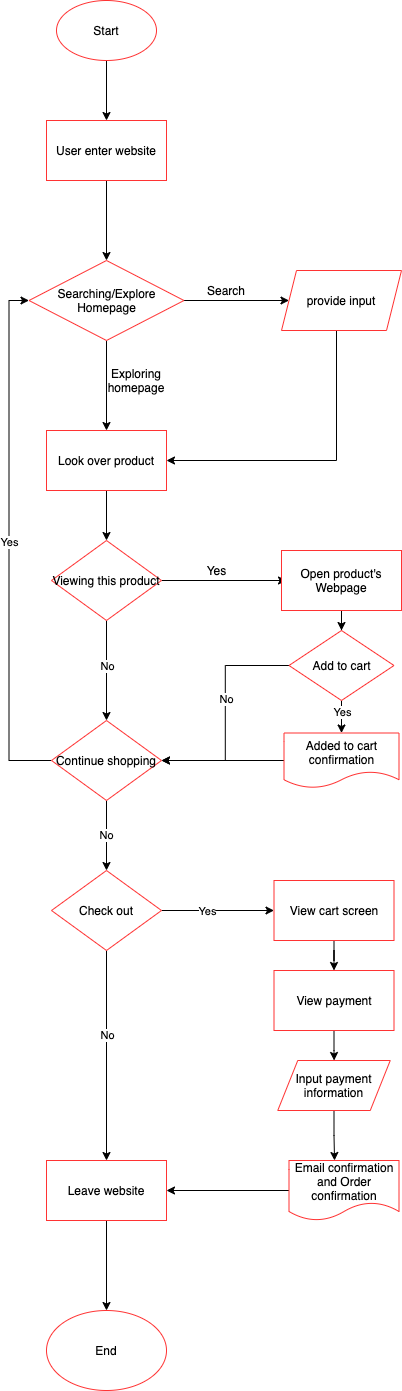
Earlier version of the draw.io export part2/part2.drawio.png (EdwardYuyangTian/sp21-cse110-lab4). Source tidied: cells renumbered, new cells last; positions are measured from the earlier drawing's top-left corner, leaving out a move shared by most shapes.
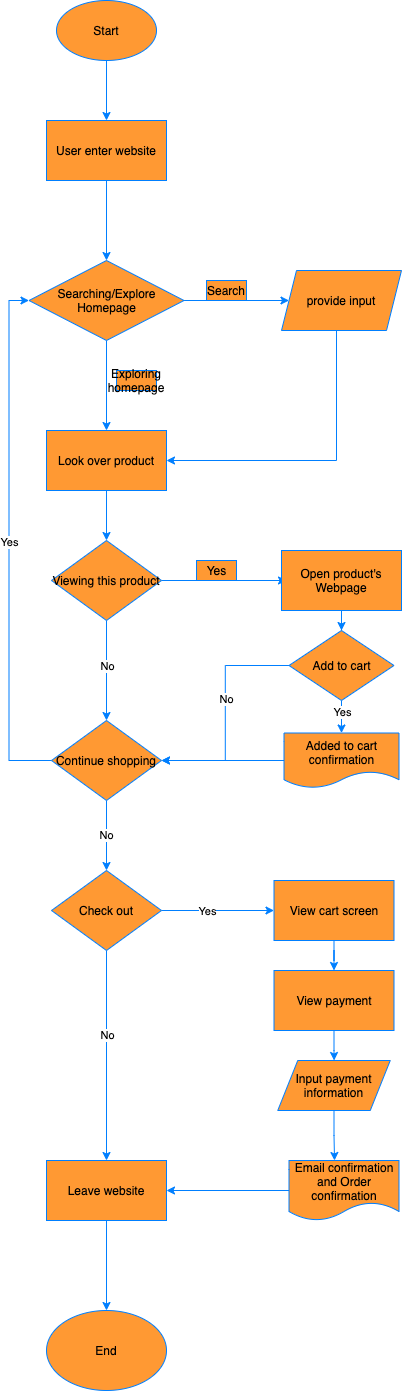
The same diagram one commit later.

Commit message:
updated part2 chart

Change to the diagram source:
```diff
@@ -2,154 +2,154 @@
   <root>
     <mxCell id="0" />
     <mxCell id="1" parent="0" />
-    <mxCell id="2" style="edgeStyle=orthogonalEdgeStyle;rounded=0;jettySize=auto;html=1;" parent="1" edge="1" source="3">
+    <mxCell id="2" style="edgeStyle=orthogonalEdgeStyle;rounded=0;jettySize=auto;html=1;fillColor=#FF9933;strokeColor=#007FFF;" parent="1" edge="1" source="3">
       <mxGeometry relative="1" as="geometry">
         <mxPoint x="78" y="120" as="targetPoint" />
       </mxGeometry>
     </mxCell>
-    <mxCell id="3" value="Start" style="ellipse;whiteSpace=wrap;html=1;strokeColor=#FF3333;" parent="1" vertex="1">
+    <mxCell id="3" value="Start" style="ellipse;whiteSpace=wrap;html=1;strokeColor=#007FFF;fillColor=#FF9933;" parent="1" vertex="1">
       <mxGeometry x="28" width="100" height="60" as="geometry" />
     </mxCell>
-    <mxCell id="4" style="edgeStyle=orthogonalEdgeStyle;rounded=0;jettySize=auto;html=1;" parent="1" edge="1" source="5" target="8">
+    <mxCell id="4" style="edgeStyle=orthogonalEdgeStyle;rounded=0;jettySize=auto;html=1;fillColor=#FF9933;strokeColor=#007FFF;" parent="1" edge="1" source="5" target="8">
       <mxGeometry relative="1" as="geometry" />
     </mxCell>
-    <mxCell id="5" value="User enter website" style="rounded=0;whiteSpace=wrap;html=1;strokeColor=#FF3333;" parent="1" vertex="1">
+    <mxCell id="5" value="User enter website" style="rounded=0;whiteSpace=wrap;html=1;strokeColor=#007FFF;fillColor=#FF9933;" parent="1" vertex="1">
       <mxGeometry x="18" y="120" width="120" height="60" as="geometry" />
     </mxCell>
-    <mxCell id="6" style="edgeStyle=orthogonalEdgeStyle;rounded=0;jettySize=auto;html=1;" parent="1" edge="1" source="8" target="10">
+    <mxCell id="6" style="edgeStyle=orthogonalEdgeStyle;rounded=0;jettySize=auto;html=1;fillColor=#FF9933;strokeColor=#007FFF;" parent="1" edge="1" source="8" target="10">
       <mxGeometry relative="1" as="geometry" />
     </mxCell>
-    <mxCell id="7" style="edgeStyle=orthogonalEdgeStyle;rounded=0;jettySize=auto;html=1;" parent="1" edge="1" source="8" target="13">
+    <mxCell id="7" style="edgeStyle=orthogonalEdgeStyle;rounded=0;jettySize=auto;html=1;fillColor=#FF9933;strokeColor=#007FFF;" parent="1" edge="1" source="8" target="13">
       <mxGeometry relative="1" as="geometry" />
     </mxCell>
-    <mxCell id="8" value="Searching/Explore Homepage" style="rhombus;whiteSpace=wrap;html=1;rounded=0;strokeColor=#FF3333;" parent="1" vertex="1">
+    <mxCell id="8" value="Searching/Explore Homepage" style="rhombus;whiteSpace=wrap;html=1;rounded=0;strokeColor=#007FFF;fillColor=#FF9933;" parent="1" vertex="1">
       <mxGeometry x="0.5" y="260" width="155" height="80" as="geometry" />
     </mxCell>
-    <mxCell id="9" style="edgeStyle=orthogonalEdgeStyle;rounded=0;jettySize=auto;html=1;entryX=1;entryY=0.5;entryDx=0;entryDy=0;" parent="1" edge="1" source="10" target="13">
+    <mxCell id="9" style="edgeStyle=orthogonalEdgeStyle;rounded=0;jettySize=auto;html=1;entryX=1;entryY=0.5;entryDx=0;entryDy=0;fillColor=#FF9933;strokeColor=#007FFF;" parent="1" edge="1" source="10" target="13">
       <mxGeometry relative="1" as="geometry">
         <Array as="points">
           <mxPoint x="308" y="460" />
         </Array>
       </mxGeometry>
     </mxCell>
-    <mxCell id="10" value="provide input" style="shape=parallelogram;perimeter=parallelogramPerimeter;whiteSpace=wrap;html=1;fixedSize=1;rounded=0;strokeColor=#FF3333;size=15;" parent="1" vertex="1">
+    <mxCell id="10" value="provide input" style="shape=parallelogram;perimeter=parallelogramPerimeter;whiteSpace=wrap;html=1;fixedSize=1;rounded=0;strokeColor=#007FFF;size=15;fillColor=#FF9933;" parent="1" vertex="1">
       <mxGeometry x="253" y="270" width="120" height="60" as="geometry" />
     </mxCell>
-    <mxCell id="11" value="Search" style="text;html=1;strokeColor=none;fillColor=none;align=center;verticalAlign=middle;whiteSpace=wrap;rounded=0;" parent="1" vertex="1">
+    <mxCell id="11" value="Search" style="text;html=1;strokeColor=#007FFF;fillColor=#FF9933;align=center;verticalAlign=middle;whiteSpace=wrap;rounded=0;" parent="1" vertex="1">
       <mxGeometry x="178" y="280" width="40" height="20" as="geometry" />
     </mxCell>
-    <mxCell id="12" style="edgeStyle=orthogonalEdgeStyle;rounded=0;jettySize=auto;html=1;" parent="1" edge="1" source="13" target="18">
+    <mxCell id="12" style="edgeStyle=orthogonalEdgeStyle;rounded=0;jettySize=auto;html=1;fillColor=#FF9933;strokeColor=#007FFF;" parent="1" edge="1" source="13" target="18">
       <mxGeometry relative="1" as="geometry" />
     </mxCell>
-    <mxCell id="13" value="Look over product" style="whiteSpace=wrap;html=1;rounded=0;strokeColor=#FF3333;" parent="1" vertex="1">
+    <mxCell id="13" value="Look over product" style="whiteSpace=wrap;html=1;rounded=0;strokeColor=#007FFF;fillColor=#FF9933;" parent="1" vertex="1">
       <mxGeometry x="18" y="430" width="120" height="60" as="geometry" />
     </mxCell>
-    <mxCell id="14" value="Exploring homepage" style="text;html=1;strokeColor=none;fillColor=none;align=center;verticalAlign=middle;whiteSpace=wrap;rounded=0;" parent="1" vertex="1">
+    <mxCell id="14" value="Exploring homepage" style="text;html=1;strokeColor=#007FFF;fillColor=#FF9933;align=center;verticalAlign=middle;whiteSpace=wrap;rounded=0;" parent="1" vertex="1">
       <mxGeometry x="88" y="370" width="40" height="20" as="geometry" />
     </mxCell>
-    <mxCell id="15" style="edgeStyle=orthogonalEdgeStyle;rounded=0;jettySize=auto;html=1;" parent="1" edge="1" source="18" target="22">
+    <mxCell id="15" style="edgeStyle=orthogonalEdgeStyle;rounded=0;jettySize=auto;html=1;fillColor=#FF9933;strokeColor=#007FFF;" parent="1" edge="1" source="18" target="22">
       <mxGeometry relative="1" as="geometry" />
     </mxCell>
-    <mxCell id="16" value="No" style="edgeLabel;html=1;align=center;verticalAlign=middle;" parent="15" vertex="1">
+    <mxCell id="16" value="No" style="edgeLabel;html=1;align=center;verticalAlign=middle;fillColor=#FF9933;strokeColor=#007FFF;" parent="15" vertex="1">
       <mxGeometry x="-0.1" relative="1" as="geometry" />
     </mxCell>
-    <mxCell id="17" style="edgeStyle=orthogonalEdgeStyle;rounded=0;jettySize=auto;html=1;exitX=1;exitY=0.5;exitDx=0;exitDy=0;" parent="1" edge="1" source="18">
+    <mxCell id="17" style="edgeStyle=orthogonalEdgeStyle;rounded=0;jettySize=auto;html=1;exitX=1;exitY=0.5;exitDx=0;exitDy=0;fillColor=#FF9933;strokeColor=#007FFF;" parent="1" edge="1" source="18">
       <mxGeometry relative="1" as="geometry">
         <mxPoint x="258" y="580" as="targetPoint" />
       </mxGeometry>
     </mxCell>
-    <mxCell id="18" value="Viewing this product" style="rhombus;whiteSpace=wrap;html=1;rounded=0;strokeColor=#FF3333;" parent="1" vertex="1">
+    <mxCell id="18" value="Viewing this product" style="rhombus;whiteSpace=wrap;html=1;rounded=0;strokeColor=#007FFF;fillColor=#FF9933;" parent="1" vertex="1">
       <mxGeometry x="23" y="540" width="110" height="80" as="geometry" />
     </mxCell>
-    <mxCell id="19" value="Yes" style="text;html=1;align=center;verticalAlign=middle;" parent="1" vertex="1">
+    <mxCell id="19" value="Yes" style="text;html=1;align=center;verticalAlign=middle;fillColor=#FF9933;strokeColor=#007FFF;" parent="1" vertex="1">
       <mxGeometry x="168" y="560" width="40" height="20" as="geometry" />
     </mxCell>
-    <mxCell id="20" value="Yes" style="edgeStyle=orthogonalEdgeStyle;rounded=0;jettySize=auto;html=1;exitX=0;exitY=0.5;exitDx=0;exitDy=0;entryX=0;entryY=0.5;entryDx=0;entryDy=0;" parent="1" edge="1" source="22" target="8">
+    <mxCell id="20" value="Yes" style="edgeStyle=orthogonalEdgeStyle;rounded=0;jettySize=auto;html=1;exitX=0;exitY=0.5;exitDx=0;exitDy=0;entryX=0;entryY=0.5;entryDx=0;entryDy=0;fillColor=#FF9933;strokeColor=#007FFF;" parent="1" edge="1" source="22" target="8">
       <mxGeometry relative="1" as="geometry" />
     </mxCell>
-    <mxCell id="21" value="No" style="edgeStyle=orthogonalEdgeStyle;rounded=0;jettySize=auto;html=1;" parent="1" edge="1" source="22" target="36">
+    <mxCell id="21" value="No" style="edgeStyle=orthogonalEdgeStyle;rounded=0;jettySize=auto;html=1;fillColor=#FF9933;strokeColor=#007FFF;" parent="1" edge="1" source="22" target="36">
       <mxGeometry relative="1" as="geometry" />
     </mxCell>
-    <mxCell id="22" value="Continue shopping" style="rhombus;whiteSpace=wrap;html=1;rounded=0;strokeColor=#FF3333;" parent="1" vertex="1">
+    <mxCell id="22" value="Continue shopping" style="rhombus;whiteSpace=wrap;html=1;rounded=0;strokeColor=#007FFF;fillColor=#FF9933;" parent="1" vertex="1">
       <mxGeometry x="23" y="720" width="110" height="80" as="geometry" />
     </mxCell>
-    <mxCell id="23" style="edgeStyle=orthogonalEdgeStyle;rounded=0;jettySize=auto;html=1;" parent="1" edge="1" source="24">
+    <mxCell id="23" style="edgeStyle=orthogonalEdgeStyle;rounded=0;jettySize=auto;html=1;fillColor=#FF9933;strokeColor=#007FFF;" parent="1" edge="1" source="24">
       <mxGeometry relative="1" as="geometry">
         <mxPoint x="313" y="630" as="targetPoint" />
       </mxGeometry>
     </mxCell>
-    <mxCell id="24" value="Open product's Webpage" style="rounded=0;whiteSpace=wrap;html=1;strokeColor=#FF3333;" parent="1" vertex="1">
+    <mxCell id="24" value="Open product's Webpage" style="rounded=0;whiteSpace=wrap;html=1;strokeColor=#007FFF;fillColor=#FF9933;" parent="1" vertex="1">
       <mxGeometry x="253" y="550" width="120" height="60" as="geometry" />
     </mxCell>
-    <mxCell id="25" style="edgeStyle=orthogonalEdgeStyle;rounded=0;jettySize=auto;html=1;exitX=0;exitY=0.5;exitDx=0;exitDy=0;entryX=1;entryY=0.5;entryDx=0;entryDy=0;" parent="1" edge="1" source="29" target="22">
+    <mxCell id="25" style="edgeStyle=orthogonalEdgeStyle;rounded=0;jettySize=auto;html=1;exitX=0;exitY=0.5;exitDx=0;exitDy=0;entryX=1;entryY=0.5;entryDx=0;entryDy=0;fillColor=#FF9933;strokeColor=#007FFF;" parent="1" edge="1" source="29" target="22">
       <mxGeometry relative="1" as="geometry" />
     </mxCell>
-    <mxCell id="26" value="No" style="edgeLabel;html=1;align=center;verticalAlign=middle;" parent="25" vertex="1">
+    <mxCell id="26" value="No" style="edgeLabel;html=1;align=center;verticalAlign=middle;fillColor=#FF9933;strokeColor=#007FFF;" parent="25" vertex="1">
       <mxGeometry x="-0.13" y="1" relative="1" as="geometry" />
     </mxCell>
-    <mxCell id="27" style="edgeStyle=orthogonalEdgeStyle;rounded=0;jettySize=auto;html=1;" parent="1" edge="1" source="29" target="31">
+    <mxCell id="27" style="edgeStyle=orthogonalEdgeStyle;rounded=0;jettySize=auto;html=1;fillColor=#FF9933;strokeColor=#007FFF;" parent="1" edge="1" source="29" target="31">
       <mxGeometry relative="1" as="geometry" />
     </mxCell>
-    <mxCell id="28" value="Yes" style="edgeLabel;html=1;align=center;verticalAlign=middle;" parent="27" vertex="1">
+    <mxCell id="28" value="Yes" style="edgeLabel;html=1;align=center;verticalAlign=middle;fillColor=#FF9933;strokeColor=#007FFF;" parent="27" vertex="1">
       <mxGeometry x="-0.52" relative="1" as="geometry" />
     </mxCell>
-    <mxCell id="29" value="Add to cart" style="rhombus;whiteSpace=wrap;html=1;rounded=0;strokeColor=#FF3333;" parent="1" vertex="1">
+    <mxCell id="29" value="Add to cart" style="rhombus;whiteSpace=wrap;html=1;rounded=0;strokeColor=#007FFF;fillColor=#FF9933;" parent="1" vertex="1">
       <mxGeometry x="260.5" y="630" width="105" height="70" as="geometry" />
     </mxCell>
-    <mxCell id="30" style="edgeStyle=orthogonalEdgeStyle;rounded=0;jettySize=auto;html=1;entryX=1;entryY=0.5;entryDx=0;entryDy=0;" parent="1" edge="1" source="31" target="22">
+    <mxCell id="30" style="edgeStyle=orthogonalEdgeStyle;rounded=0;jettySize=auto;html=1;entryX=1;entryY=0.5;entryDx=0;entryDy=0;fillColor=#FF9933;strokeColor=#007FFF;" parent="1" edge="1" source="31" target="22">
       <mxGeometry relative="1" as="geometry" />
     </mxCell>
-    <mxCell id="31" value="Added to cart confirmation" style="shape=document;whiteSpace=wrap;html=1;boundedLbl=1;rounded=0;strokeColor=#FF3333;" parent="1" vertex="1">
+    <mxCell id="31" value="Added to cart confirmation" style="shape=document;whiteSpace=wrap;html=1;boundedLbl=1;rounded=0;strokeColor=#007FFF;fillColor=#FF9933;" parent="1" vertex="1">
       <mxGeometry x="255.5" y="732.5" width="115" height="55" as="geometry" />
     </mxCell>
-    <mxCell id="32" style="edgeStyle=orthogonalEdgeStyle;rounded=0;jettySize=auto;html=1;" parent="1" edge="1" source="36" target="38">
+    <mxCell id="32" style="edgeStyle=orthogonalEdgeStyle;rounded=0;jettySize=auto;html=1;fillColor=#FF9933;strokeColor=#007FFF;" parent="1" edge="1" source="36" target="38">
       <mxGeometry relative="1" as="geometry" />
     </mxCell>
-    <mxCell id="33" value="No" style="edgeLabel;html=1;align=center;verticalAlign=middle;" parent="32" vertex="1">
+    <mxCell id="33" value="No" style="edgeLabel;html=1;align=center;verticalAlign=middle;fillColor=#FF9933;strokeColor=#007FFF;" parent="32" vertex="1">
       <mxGeometry x="-0.2" relative="1" as="geometry" />
     </mxCell>
-    <mxCell id="34" style="edgeStyle=orthogonalEdgeStyle;rounded=0;jettySize=auto;html=1;" parent="1" edge="1" source="36" target="40">
+    <mxCell id="34" style="edgeStyle=orthogonalEdgeStyle;rounded=0;jettySize=auto;html=1;fillColor=#FF9933;strokeColor=#007FFF;" parent="1" edge="1" source="36" target="40">
       <mxGeometry relative="1" as="geometry" />
     </mxCell>
-    <mxCell id="35" value="Yes" style="edgeLabel;html=1;align=center;verticalAlign=middle;" parent="34" vertex="1">
+    <mxCell id="35" value="Yes" style="edgeLabel;html=1;align=center;verticalAlign=middle;fillColor=#FF9933;strokeColor=#007FFF;" parent="34" vertex="1">
       <mxGeometry x="-0.13" y="-1" relative="1" as="geometry">
         <mxPoint x="-4" y="-1" as="offset" />
       </mxGeometry>
     </mxCell>
-    <mxCell id="36" value="Check out" style="rhombus;whiteSpace=wrap;html=1;rounded=0;strokeColor=#FF3333;" parent="1" vertex="1">
+    <mxCell id="36" value="Check out" style="rhombus;whiteSpace=wrap;html=1;rounded=0;strokeColor=#007FFF;fillColor=#FF9933;" parent="1" vertex="1">
       <mxGeometry x="23" y="870" width="110" height="80" as="geometry" />
     </mxCell>
-    <mxCell id="37" style="edgeStyle=orthogonalEdgeStyle;rounded=0;jettySize=auto;html=1;" parent="1" edge="1" source="38" target="47">
+    <mxCell id="37" style="edgeStyle=orthogonalEdgeStyle;rounded=0;jettySize=auto;html=1;fillColor=#FF9933;strokeColor=#007FFF;" parent="1" edge="1" source="38" target="47">
       <mxGeometry relative="1" as="geometry" />
     </mxCell>
-    <mxCell id="38" value="Leave website" style="whiteSpace=wrap;html=1;rounded=0;strokeColor=#FF3333;" parent="1" vertex="1">
+    <mxCell id="38" value="Leave website" style="whiteSpace=wrap;html=1;rounded=0;strokeColor=#007FFF;fillColor=#FF9933;" parent="1" vertex="1">
       <mxGeometry x="18" y="1160" width="120" height="60" as="geometry" />
     </mxCell>
-    <mxCell id="39" style="edgeStyle=orthogonalEdgeStyle;rounded=0;jettySize=auto;html=1;" parent="1" edge="1" source="40" target="42">
+    <mxCell id="39" style="edgeStyle=orthogonalEdgeStyle;rounded=0;jettySize=auto;html=1;fillColor=#FF9933;strokeColor=#007FFF;" parent="1" edge="1" source="40" target="42">
       <mxGeometry relative="1" as="geometry" />
     </mxCell>
-    <mxCell id="40" value="View cart screen" style="whiteSpace=wrap;html=1;rounded=0;strokeColor=#FF3333;" parent="1" vertex="1">
+    <mxCell id="40" value="View cart screen" style="whiteSpace=wrap;html=1;rounded=0;strokeColor=#007FFF;fillColor=#FF9933;" parent="1" vertex="1">
       <mxGeometry x="245.5" y="880" width="120" height="60" as="geometry" />
     </mxCell>
-    <mxCell id="41" style="edgeStyle=orthogonalEdgeStyle;rounded=0;jettySize=auto;html=1;" parent="1" edge="1" source="42" target="44">
+    <mxCell id="41" style="edgeStyle=orthogonalEdgeStyle;rounded=0;jettySize=auto;html=1;fillColor=#FF9933;strokeColor=#007FFF;" parent="1" edge="1" source="42" target="44">
       <mxGeometry relative="1" as="geometry" />
     </mxCell>
-    <mxCell id="42" value="View payment" style="whiteSpace=wrap;html=1;rounded=0;strokeColor=#FF3333;" parent="1" vertex="1">
+    <mxCell id="42" value="View payment" style="whiteSpace=wrap;html=1;rounded=0;strokeColor=#007FFF;fillColor=#FF9933;" parent="1" vertex="1">
       <mxGeometry x="245.5" y="970" width="120" height="60" as="geometry" />
     </mxCell>
-    <mxCell id="43" style="edgeStyle=orthogonalEdgeStyle;rounded=0;jettySize=auto;html=1;exitX=0.5;exitY=1;exitDx=0;exitDy=0;entryX=0.414;entryY=0;entryDx=0;entryDy=0;entryPerimeter=0;" parent="1" edge="1" source="44" target="46">
+    <mxCell id="43" style="edgeStyle=orthogonalEdgeStyle;rounded=0;jettySize=auto;html=1;exitX=0.5;exitY=1;exitDx=0;exitDy=0;entryX=0.414;entryY=0;entryDx=0;entryDy=0;entryPerimeter=0;fillColor=#FF9933;strokeColor=#007FFF;" parent="1" edge="1" source="44" target="46">
       <mxGeometry relative="1" as="geometry" />
     </mxCell>
-    <mxCell id="44" value="Input payment information" style="shape=parallelogram;perimeter=parallelogramPerimeter;whiteSpace=wrap;html=1;fixedSize=1;rounded=0;strokeColor=#FF3333;" parent="1" vertex="1">
+    <mxCell id="44" value="Input payment information" style="shape=parallelogram;perimeter=parallelogramPerimeter;whiteSpace=wrap;html=1;fixedSize=1;rounded=0;strokeColor=#007FFF;fillColor=#FF9933;" parent="1" vertex="1">
       <mxGeometry x="249.2" y="1060" width="112.5" height="50" as="geometry" />
     </mxCell>
-    <mxCell id="45" style="edgeStyle=orthogonalEdgeStyle;rounded=0;jettySize=auto;html=1;entryX=1;entryY=0.5;entryDx=0;entryDy=0;" parent="1" edge="1" source="46" target="38">
+    <mxCell id="45" style="edgeStyle=orthogonalEdgeStyle;rounded=0;jettySize=auto;html=1;entryX=1;entryY=0.5;entryDx=0;entryDy=0;fillColor=#FF9933;strokeColor=#007FFF;" parent="1" edge="1" source="46" target="38">
       <mxGeometry relative="1" as="geometry" />
     </mxCell>
-    <mxCell id="46" value="Email confirmation and Order confirmation" style="shape=document;whiteSpace=wrap;html=1;boundedLbl=1;rounded=0;strokeColor=#FF3333;" parent="1" vertex="1">
+    <mxCell id="46" value="Email confirmation and Order confirmation" style="shape=document;whiteSpace=wrap;html=1;boundedLbl=1;rounded=0;strokeColor=#007FFF;fillColor=#FF9933;" parent="1" vertex="1">
       <mxGeometry x="260.5" y="1160" width="110" height="60" as="geometry" />
     </mxCell>
-    <mxCell id="47" value="End" style="ellipse;whiteSpace=wrap;html=1;rounded=0;strokeColor=#FF3333;" parent="1" vertex="1">
+    <mxCell id="47" value="End" style="ellipse;whiteSpace=wrap;html=1;rounded=0;strokeColor=#007FFF;fillColor=#FF9933;" parent="1" vertex="1">
       <mxGeometry x="18" y="1310" width="120" height="80" as="geometry" />
     </mxCell>
   </root>
```
